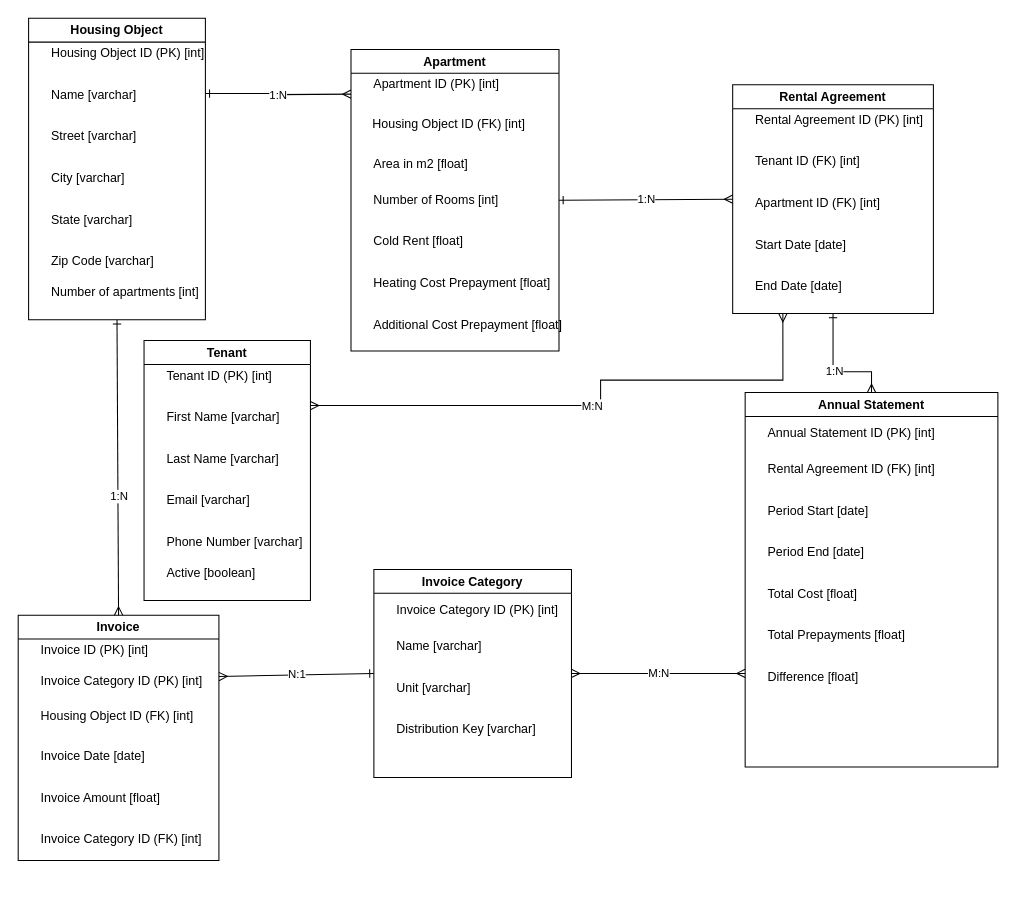
Before: docs/ERM-Tenant-Management.drawio in Ainges/DPE-2024-Backend, a draw.io diagram. Source tidied: cells renumbered, new cells numbered last; positions are measured from the earlier drawing's top-left corner, leaving out a move shared by most shapes. Both pictures are drawn from the tidied source at 104%, with x=0, y=0 at pixel (18, 18).
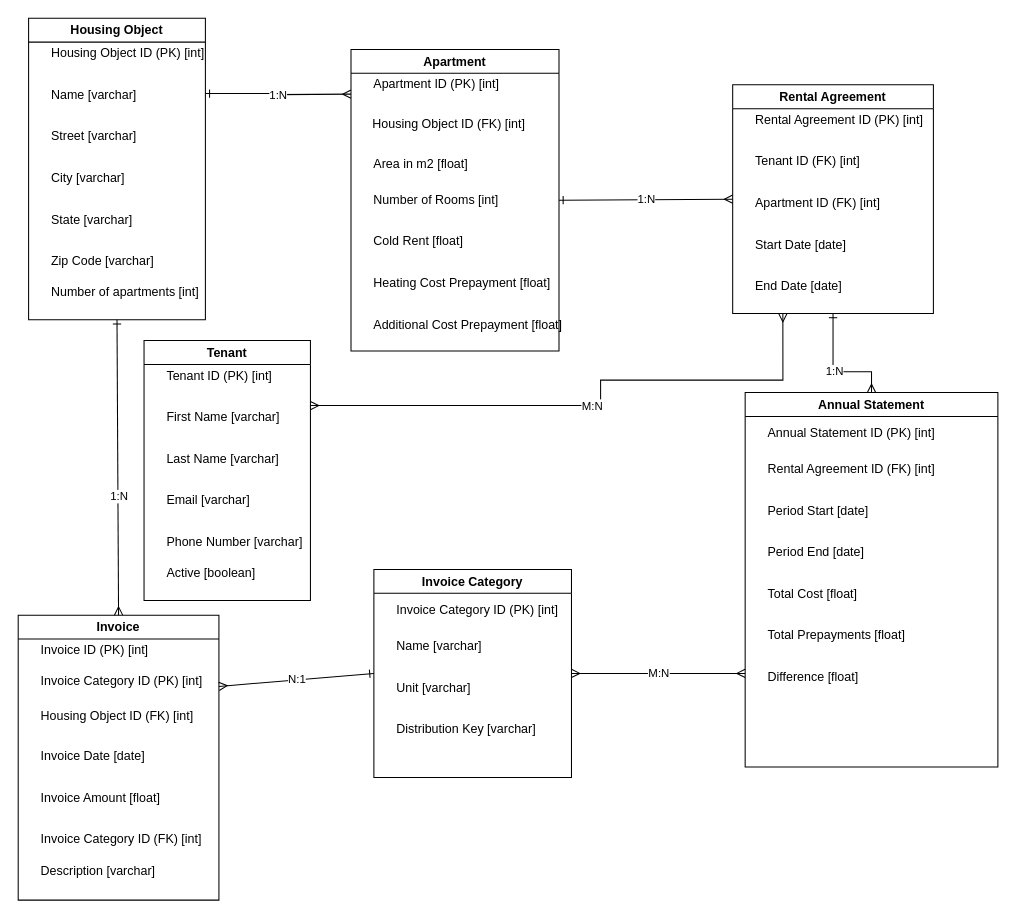
After the change.

Commit message (it also covers changes not shown here):
added description field to invoice entity

The edit, as a diff of the source:
```diff
@@
     <mxCell id="32" value="Invoice" style="swimlane;whiteSpace=wrap;html=1;" parent="1" vertex="1">
-      <mxGeometry y="574" width="193" height="236" as="geometry" />
+      <mxGeometry y="574" width="193" height="274" as="geometry" />
     </mxCell>
@@
+    <mxCell id="59" value="Description [varchar]" style="text;" parent="32" vertex="1">
+      <mxGeometry x="20" y="232" width="120" height="30" as="geometry" />
+    </mxCell>
```
